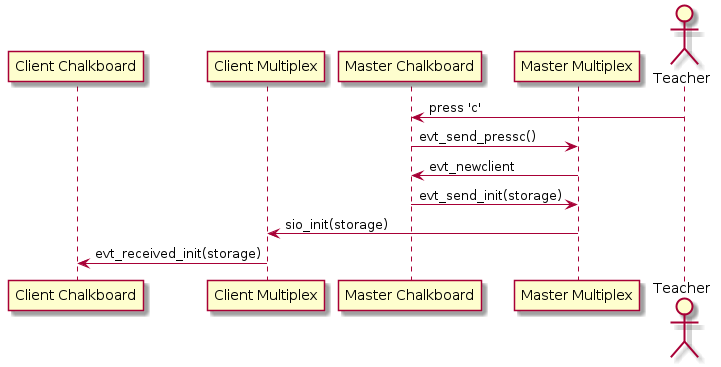
Above: mplex.png in cerisara/multiplex (PlantUML), before the change.
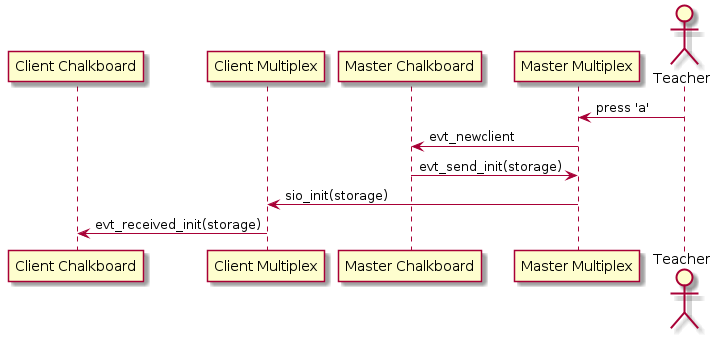
The same file after the commit.

Diff of the diagram source:
```diff
@@ -5,8 +5,7 @@
 participant "Master Multiplex" as MM
 actor "Teacher" as T
 
-T -> MC: press 'c'
-MC -> MM: evt_send_pressc()
+T -> MM: press 'a'
 MM -> MC: evt_newclient
 MC -> MM: evt_send_init(storage)
 MM -> CM: sio_init(storage)
```
